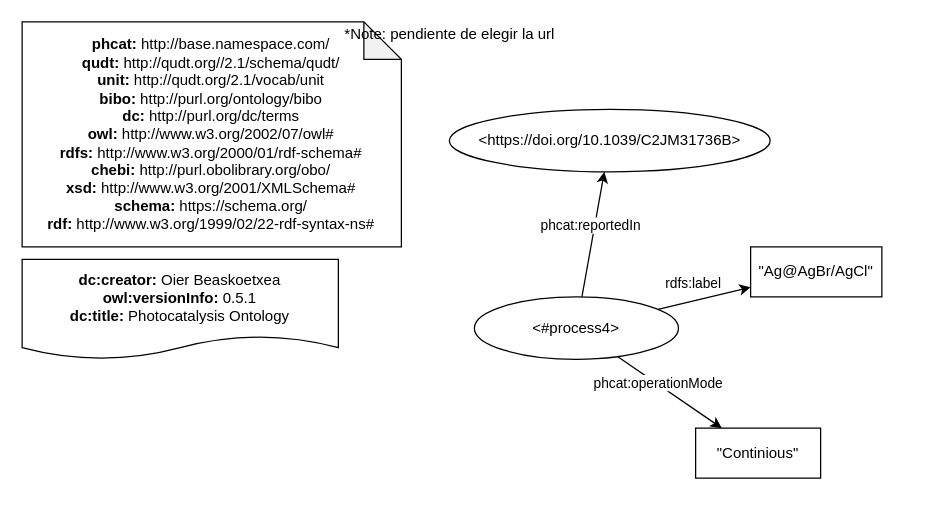
The draw.io diagram page "Ejemplo-process" (2 of 7) of examples/photocatalysis-ontology-example.drawio in SolarChem/solarchem-ontology, before the edit. Source tidied: cells renumbered, new cells numbered last; positions are measured from the earlier drawing's top-left corner, leaving out a move shared by most shapes. Both pictures are drawn from the tidied source at 125%, with x=0, y=0 at pixel (21, 21).
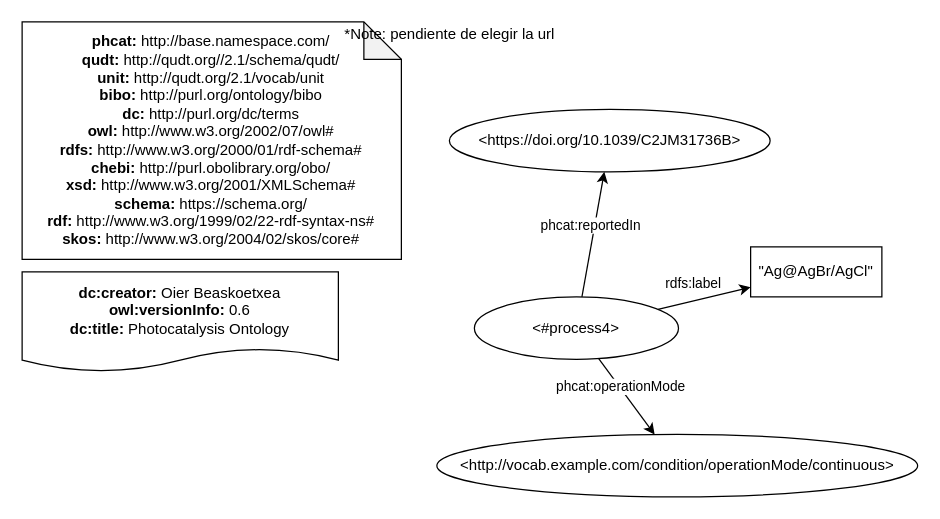
The same page after the edit.

Diff of the diagram source:
```diff
@@
 <mxGraphModel>
   <root>
     <mxCell id="0" />
     <mxCell id="1" parent="0" />
-    <mxCell id="2" value="&lt;div&gt;&lt;b&gt;dc:creator:&lt;/b&gt;&amp;nbsp;Oier Beaskoetxea&lt;/div&gt;&lt;div&gt;&lt;b&gt;owl:versionInfo:&lt;/b&gt; 0.5.1&lt;/div&gt;&lt;div&gt;&lt;b&gt;dc:title:&lt;/b&gt;&amp;nbsp;Photocatalysis Ontology&lt;/div&gt;" style="shape=document;whiteSpace=wrap;html=1;boundedLbl=1;labelBackgroundColor=#ffffff;strokeColor=#000000;fontSize=12;fontColor=#000000;size=0.23333333333333334;" parent="1" vertex="1">
-      <mxGeometry x="0.2" y="190" width="253" height="80" as="geometry" />
+    <mxCell id="2" value="&lt;div&gt;&lt;b&gt;dc:creator:&lt;/b&gt;&amp;nbsp;Oier Beaskoetxea&lt;/div&gt;&lt;div&gt;&lt;b&gt;owl:versionInfo:&lt;/b&gt; 0.6&lt;/div&gt;&lt;div&gt;&lt;b&gt;dc:title:&lt;/b&gt;&amp;nbsp;Photocatalysis Ontology&lt;/div&gt;" style="shape=document;whiteSpace=wrap;html=1;boundedLbl=1;labelBackgroundColor=#ffffff;strokeColor=#000000;fontSize=12;fontColor=#000000;size=0.23333333333333334;" parent="1" vertex="1">
+      <mxGeometry x="0.2" y="200" width="253" height="80" as="geometry" />
     </mxCell>
-    <mxCell id="3" value="&lt;div&gt;&lt;b&gt;phcat:&lt;/b&gt;&amp;nbsp;http://base.namespace.com/&lt;/div&gt;&lt;b&gt;qudt:&lt;/b&gt;&amp;nbsp;http://qudt.org//2.1/schema/qudt/&lt;div&gt;&lt;b&gt;unit:&amp;nbsp;&lt;/b&gt;http://qudt.org/2.1/vocab/unit&lt;br&gt;&lt;/div&gt;&lt;div&gt;&lt;b&gt;bibo:&amp;nbsp;&lt;/b&gt;http://purl.org/ontology/bibo&lt;/div&gt;&lt;b&gt;dc:&amp;nbsp;&lt;/b&gt;http://purl.org/dc/terms&lt;br&gt;&lt;b&gt;owl:&amp;nbsp;&lt;/b&gt;http://www.w3.org/2002/07/owl#&lt;br&gt;&lt;b&gt;rdfs:&amp;nbsp;&lt;/b&gt;http://www.w3.org/2000/01/rdf-schema#&lt;br&gt;&lt;div&gt;&lt;b&gt;chebi:&amp;nbsp;&lt;/b&gt;http://purl.obolibrary.org/obo/&lt;/div&gt;&lt;div&gt;&lt;b&gt;xsd:&amp;nbsp;&lt;/b&gt;http://www.w3.org/2001/XMLSchema#&lt;br&gt;&lt;/div&gt;&lt;div&gt;&lt;b&gt;schema:&lt;/b&gt;&amp;nbsp;https://schema.org/&lt;br&gt;&lt;/div&gt;&lt;div&gt;&lt;b&gt;rdf:&amp;nbsp;&lt;/b&gt;http://www.w3.org/1999/02/22-rdf-syntax-ns#&lt;/div&gt;" style="shape=note;whiteSpace=wrap;html=1;backgroundOutline=1;darkOpacity=0.05;align=center;" parent="1" vertex="1">
-      <mxGeometry x="0.2" width="303.4" height="180" as="geometry" />
+    <mxCell id="3" value="&lt;div&gt;&lt;b&gt;phcat:&lt;/b&gt;&amp;nbsp;http://base.namespace.com/&lt;/div&gt;&lt;b&gt;qudt:&lt;/b&gt;&amp;nbsp;http://qudt.org//2.1/schema/qudt/&lt;div&gt;&lt;b&gt;unit:&amp;nbsp;&lt;/b&gt;http://qudt.org/2.1/vocab/unit&lt;br&gt;&lt;/div&gt;&lt;div&gt;&lt;b&gt;bibo:&amp;nbsp;&lt;/b&gt;http://purl.org/ontology/bibo&lt;/div&gt;&lt;b&gt;dc:&amp;nbsp;&lt;/b&gt;http://purl.org/dc/terms&lt;br&gt;&lt;b&gt;owl:&amp;nbsp;&lt;/b&gt;http://www.w3.org/2002/07/owl#&lt;br&gt;&lt;b&gt;rdfs:&amp;nbsp;&lt;/b&gt;http://www.w3.org/2000/01/rdf-schema#&lt;br&gt;&lt;div&gt;&lt;b&gt;chebi:&amp;nbsp;&lt;/b&gt;http://purl.obolibrary.org/obo/&lt;/div&gt;&lt;div&gt;&lt;b&gt;xsd:&amp;nbsp;&lt;/b&gt;http://www.w3.org/2001/XMLSchema#&lt;br&gt;&lt;/div&gt;&lt;div&gt;&lt;b&gt;schema:&lt;/b&gt;&amp;nbsp;https://schema.org/&lt;br&gt;&lt;/div&gt;&lt;div&gt;&lt;b&gt;rdf:&amp;nbsp;&lt;/b&gt;http://www.w3.org/1999/02/22-rdf-syntax-ns#&lt;/div&gt;&lt;div&gt;&lt;b&gt;skos:&lt;/b&gt;&amp;nbsp;http://www.w3.org/2004/02/skos/core#&lt;br&gt;&lt;/div&gt;" style="shape=note;whiteSpace=wrap;html=1;backgroundOutline=1;darkOpacity=0.05;align=center;" parent="1" vertex="1">
+      <mxGeometry x="0.2" width="303.4" height="190" as="geometry" />
     </mxCell>
     <mxCell id="4" value="*Note: pendiente de elegir la url" style="text;html=1;align=center;verticalAlign=middle;strokeColor=none;fillColor=none;" parent="1" vertex="1">
       <mxGeometry x="252" width="180" height="20" as="geometry" />
     </mxCell>
     <mxCell id="5" value="&amp;lt;https://doi.org/10.1039/C2JM31736B&amp;gt;" style="ellipse;whiteSpace=wrap;html=1;fillColor=default;" parent="1" vertex="1">
       <mxGeometry x="342" y="70" width="256.6" height="50" as="geometry" />
     </mxCell>
     <mxCell id="6" value="&amp;lt;#process4&amp;gt;" style="ellipse;whiteSpace=wrap;html=1;fillColor=default;" parent="1" vertex="1">
       <mxGeometry x="362" y="220" width="163.3" height="50" as="geometry" />
     </mxCell>
     <mxCell id="7" style="edgeStyle=none;html=1;" parent="1" edge="1" source="6" target="5">
       <mxGeometry relative="1" as="geometry" />
     </mxCell>
     <mxCell id="8" value="phcat:reportedIn" style="edgeLabel;html=1;align=center;verticalAlign=middle;" parent="7" vertex="1">
       <mxGeometry x="-0.25" y="1" relative="1" as="geometry">
         <mxPoint x="1" y="-20" as="offset" />
       </mxGeometry>
     </mxCell>
-    <mxCell id="9" value="&quot;Continious&quot;" style="rounded=0;whiteSpace=wrap;html=1;fillColor=default;" parent="1" vertex="1">
-      <mxGeometry x="539" y="325" width="100" height="40" as="geometry" />
-    </mxCell>
-    <mxCell id="10" style="edgeStyle=none;html=1;" parent="1" edge="1" source="6" target="9">
+    <mxCell id="10" style="edgeStyle=none;html=1;" parent="1" edge="1" source="6" target="15">
       <mxGeometry relative="1" as="geometry" />
     </mxCell>
     <mxCell id="11" value="phcat:operationMode" style="edgeLabel;html=1;align=center;verticalAlign=middle;" parent="10" vertex="1">
       <mxGeometry x="-0.25" y="1" relative="1" as="geometry" />
     </mxCell>
     <mxCell id="12" value="&quot;Ag@AgBr/AgCl&quot;" style="rounded=0;whiteSpace=wrap;html=1;fillColor=default;" parent="1" vertex="1">
       <mxGeometry x="583" y="180" width="105" height="40" as="geometry" />
     </mxCell>
     <mxCell id="13" style="edgeStyle=none;html=1;" parent="1" edge="1" source="6" target="12">
       <mxGeometry relative="1" as="geometry" />
     </mxCell>
     <mxCell id="14" value="rdfs:label" style="edgeLabel;html=1;align=center;verticalAlign=middle;" parent="13" vertex="1">
       <mxGeometry x="-0.25" y="1" relative="1" as="geometry">
         <mxPoint y="-14" as="offset" />
       </mxGeometry>
     </mxCell>
+    <mxCell id="15" value="&amp;lt;http://vocab.example.com/condition/operationMode/continuous&amp;gt;" style="ellipse;whiteSpace=wrap;html=1;fillColor=default;" parent="1" vertex="1">
+      <mxGeometry x="332" y="330" width="384.6" height="50" as="geometry" />
+    </mxCell>
   </root>
 </mxGraphModel>
```
